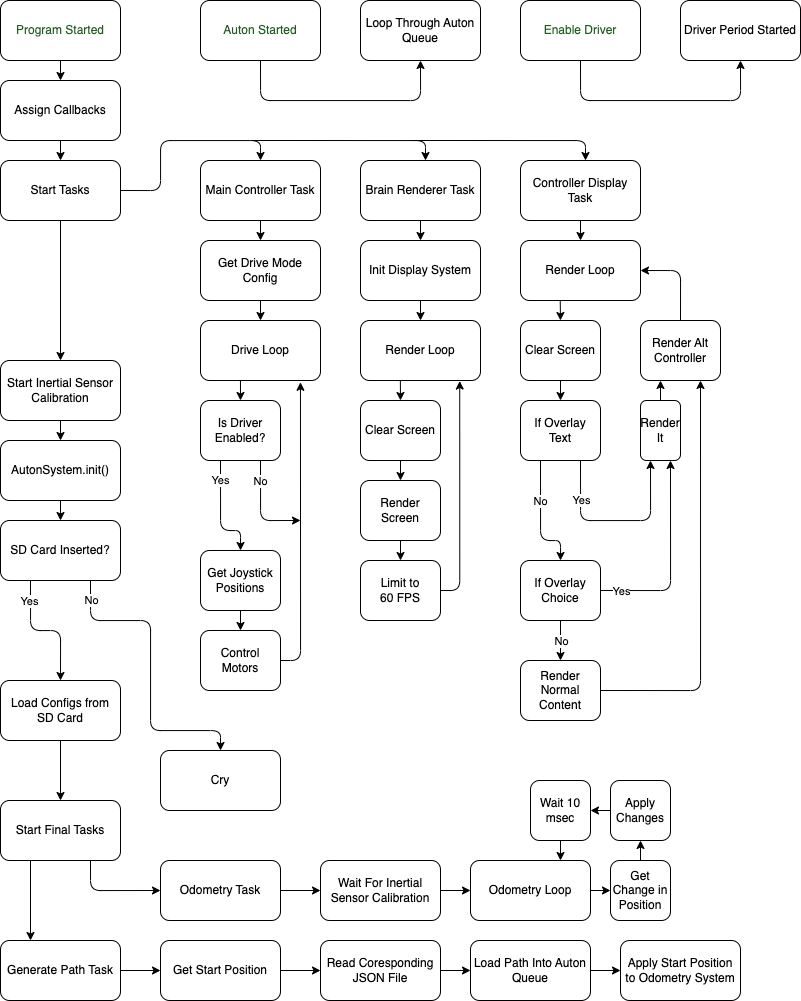
Above: flowCharts/matchFlow.png in ChickenNuggetsPerson/BURT_V2 (draw.io), before the change. Source tidied: cells renumbered, new cells last; positions are measured from the earlier drawing's top-left corner, leaving out a move shared by most shapes.
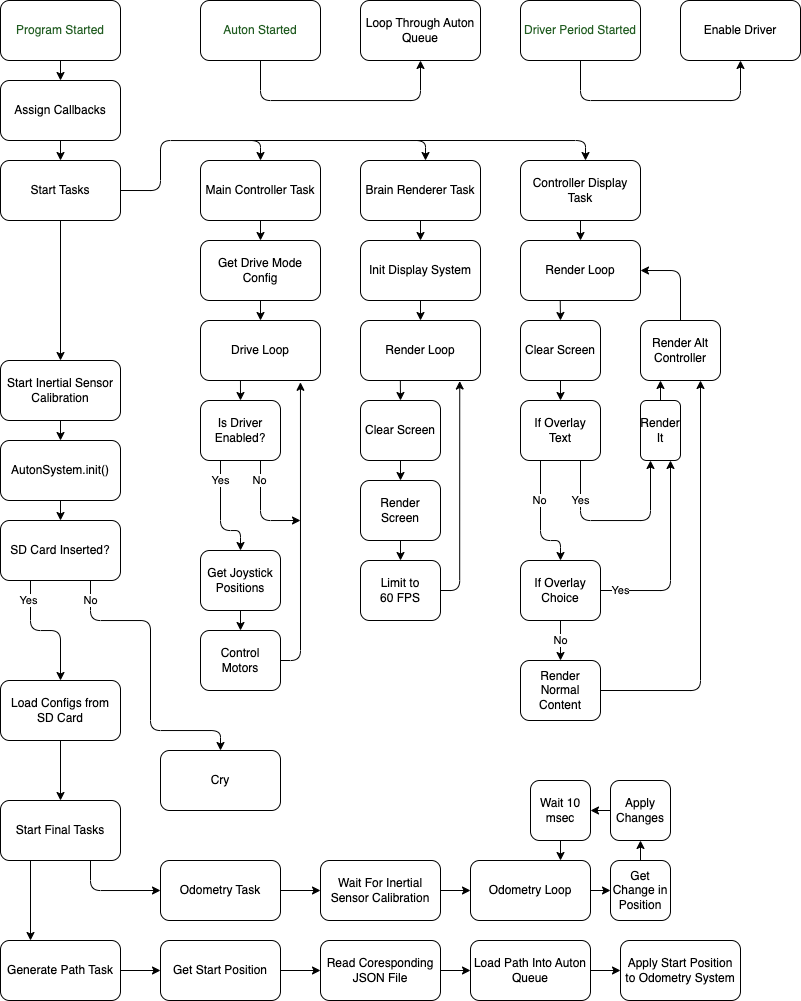
Above is the later version.

Change to the diagram source:
```diff
@@ -19,8 +19,16 @@
     <mxCell id="5" value="Auton Started" style="rounded=1;whiteSpace=wrap;html=1;fontColor=#215C21;" parent="1" vertex="1">
       <mxGeometry x="200" width="120" height="60" as="geometry" />
     </mxCell>
+    <mxCell id="101" style="edgeStyle=orthogonalEdgeStyle;html=1;exitX=0.5;exitY=1;exitDx=0;exitDy=0;entryX=0.5;entryY=1;entryDx=0;entryDy=0;fontColor=#215C21;" parent="1" edge="1" source="6" target="100">
+      <mxGeometry relative="1" as="geometry">
+        <Array as="points">
+          <mxPoint x="580" y="100" />
+          <mxPoint x="740" y="100" />
+        </Array>
+      </mxGeometry>
+    </mxCell>
-    <mxCell id="6" value="Driver Period Started" style="rounded=1;whiteSpace=wrap;html=1;" parent="1" vertex="1">
-      <mxGeometry x="680" width="120" height="60" as="geometry" />
+    <mxCell id="6" value="Driver Period Started" style="rounded=1;whiteSpace=wrap;html=1;fontColor=#215C21;" parent="1" vertex="1">
+      <mxGeometry x="520" width="120" height="60" as="geometry" />
     </mxCell>
     <mxCell id="7" style="edgeStyle=none;html=1;rounded=1;" parent="1" edge="1" source="8" target="21">
       <mxGeometry relative="1" as="geometry" />
@@ -358,16 +366,8 @@
     <mxCell id="98" value="Loop Through Auton Queue" style="rounded=1;whiteSpace=wrap;html=1;" parent="1" vertex="1">
       <mxGeometry x="360" width="120" height="60" as="geometry" />
     </mxCell>
-    <mxCell id="99" style="edgeStyle=orthogonalEdgeStyle;html=1;exitX=0.5;exitY=1;exitDx=0;exitDy=0;entryX=0.5;entryY=1;entryDx=0;entryDy=0;rounded=1;" parent="1" edge="1" source="100" target="6">
-      <mxGeometry relative="1" as="geometry">
-        <Array as="points">
-          <mxPoint x="580" y="100" />
-          <mxPoint x="740" y="100" />
-        </Array>
-      </mxGeometry>
-    </mxCell>
-    <mxCell id="100" value="Enable Driver" style="rounded=1;whiteSpace=wrap;html=1;fontColor=#215C21;" parent="1" vertex="1">
-      <mxGeometry x="520" width="120" height="60" as="geometry" />
+    <mxCell id="100" value="Enable Driver" style="rounded=1;whiteSpace=wrap;html=1;fontColor=default;" parent="1" vertex="1">
+      <mxGeometry x="680" width="120" height="60" as="geometry" />
     </mxCell>
   </root>
 </mxGraphModel>
```
